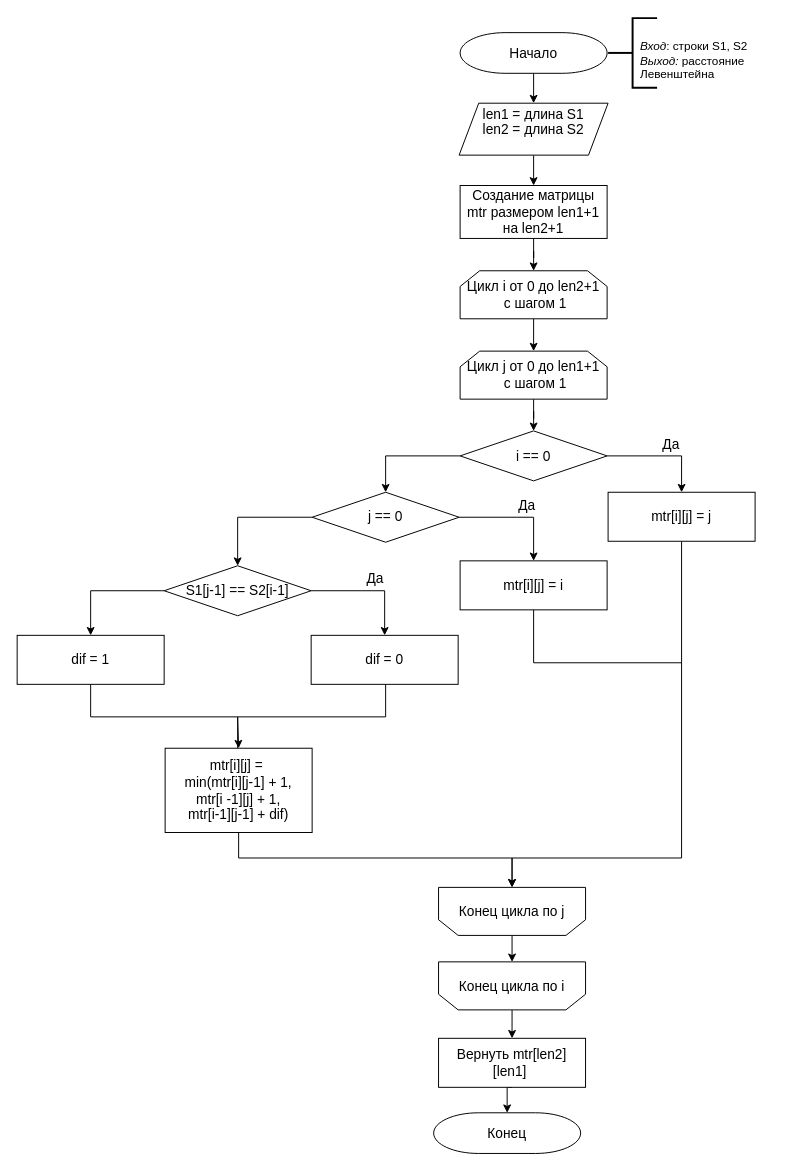
Above: page "Л. нерек." (1 of 5) of lab_01/report/schemes/algorithms.drawio in mshsvnv/AlgorithmAnalysis (draw.io), before the change. Source tidied: cells renumbered, new cells numbered last; positions are measured from the earlier drawing's top-left corner, leaving out a move shared by most shapes. Both pictures are drawn from the tidied source at 98%, with x=0, y=0 at pixel (17, 18).
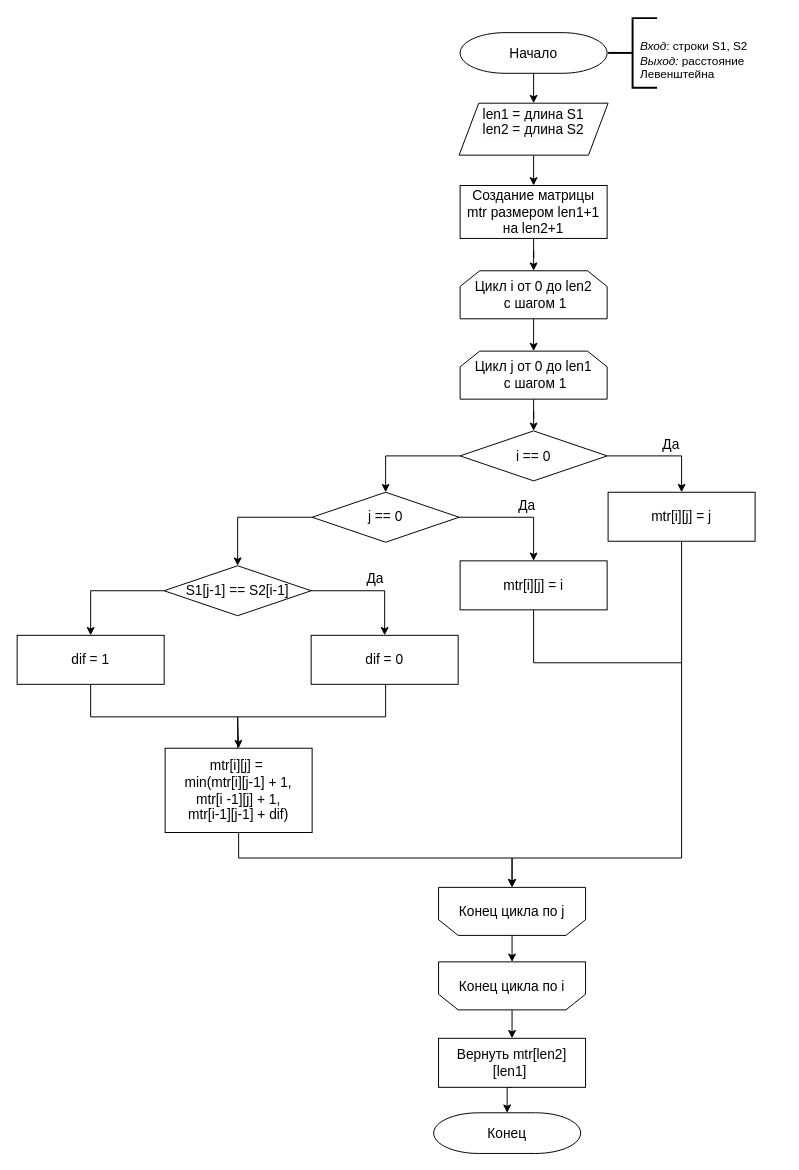
After the change.

The edit, as a diff of the source:
```diff
@@
-    <mxCell id="17" value="&lt;font style=&quot;font-size: 14px;&quot;&gt;Цикл i от 0 до len2+1&lt;br&gt;&amp;nbsp;с шагом 1&lt;br&gt;&lt;/font&gt;" style="shape=loopLimit;whiteSpace=wrap;html=1;" parent="1" vertex="1">
+    <mxCell id="17" value="&lt;font style=&quot;font-size: 14px;&quot;&gt;Цикл i от 0 до len2&lt;br&gt;&amp;nbsp;с шагом 1&lt;br&gt;&lt;/font&gt;" style="shape=loopLimit;whiteSpace=wrap;html=1;" parent="1" vertex="1">
       <mxGeometry x="452" y="257.8" width="150" height="49" as="geometry" />
     </mxCell>
@@
-    <mxCell id="19" value="&lt;font style=&quot;font-size: 14px;&quot;&gt;Цикл j от 0 до len1+1&lt;br style=&quot;border-color: var(--border-color);&quot;&gt;&amp;nbsp;с шагом 1&lt;/font&gt;" style="shape=loopLimit;whiteSpace=wrap;html=1;" parent="1" vertex="1">
+    <mxCell id="19" value="&lt;font style=&quot;font-size: 14px;&quot;&gt;Цикл j от 0 до len1&lt;br style=&quot;border-color: var(--border-color);&quot;&gt;&amp;nbsp;с шагом 1&lt;/font&gt;" style="shape=loopLimit;whiteSpace=wrap;html=1;" parent="1" vertex="1">
       <mxGeometry x="452" y="339.8" width="150" height="49" as="geometry" />
     </mxCell>
```
